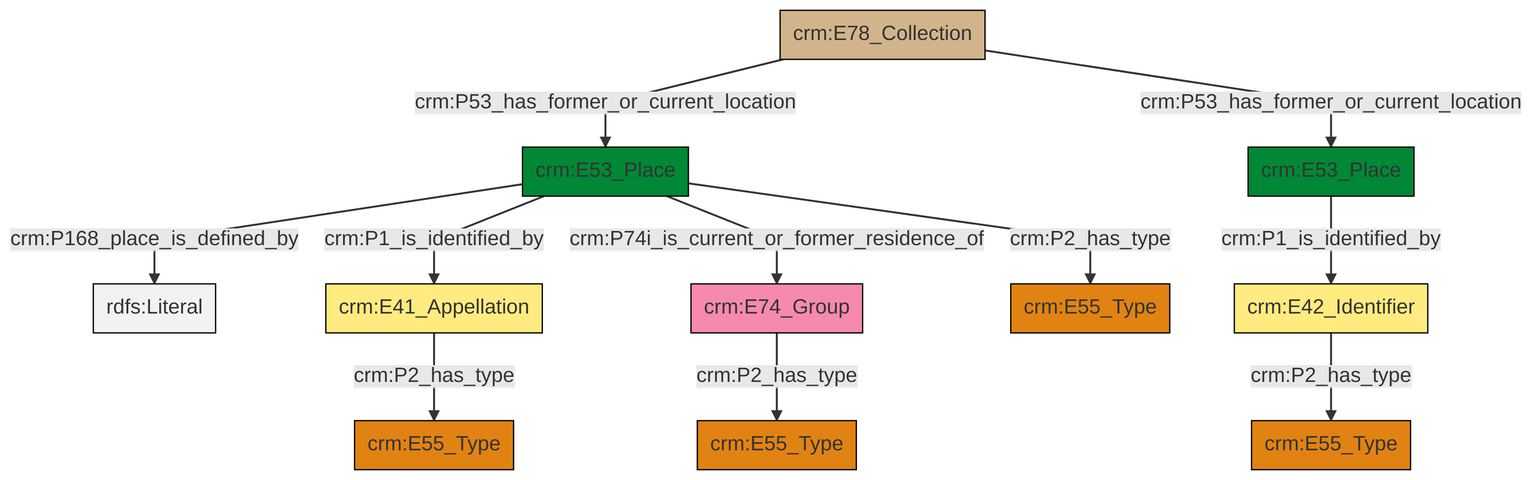
This is et/archivalCSV/ttl/mmd/png/archival_location.png from swiss-art-research-net/docs.swissartresearch, a Mermaid export, as it was before one commit. Its source is kept beside it as et/archivalCSV/ttl/mmd/archival_location.ttl.mmd.
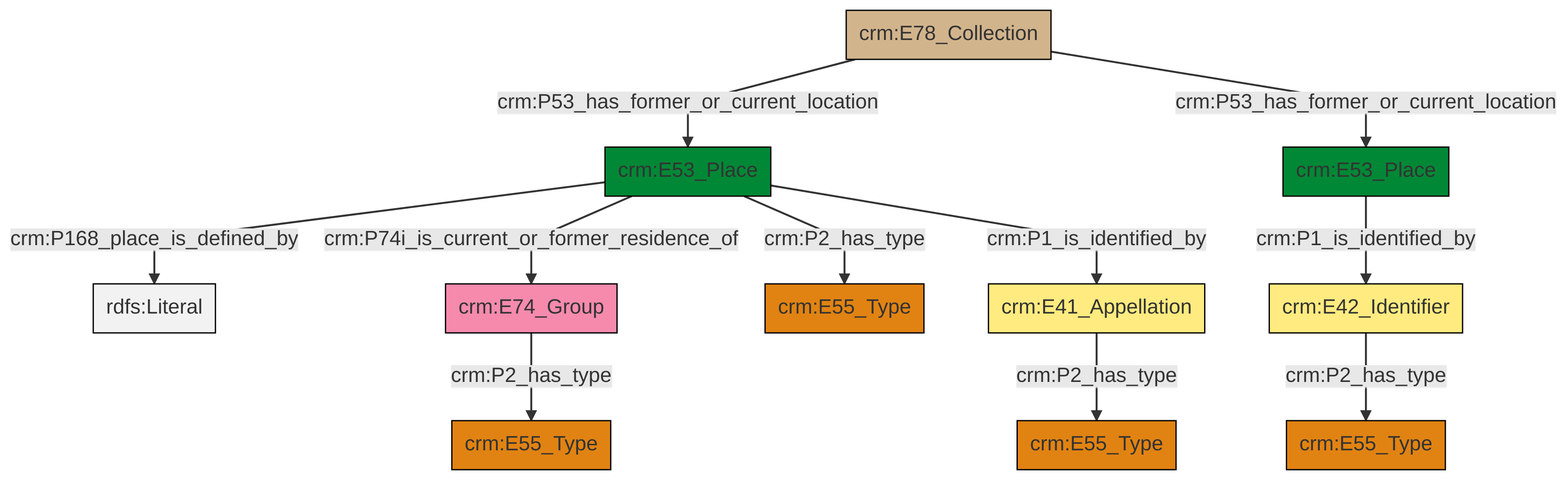
Above is the later version.

Change to the diagram source:
```diff
@@ -13,13 +13,13 @@
 classDef PC_Classes fill:#4ce600, stroke:#000000;
 classDef Multi fill:#cccccc,stroke:#000000;
 
-2["crm:E78_Collection"]:::Physical_Thing -->|crm:P53_has_former_or_current_location| 3["crm:E53_Place"]:::Place
-0["crm:E74_Group"]:::Actor -->|crm:P2_has_type| 6["crm:E55_Type"]:::Type
-15["crm:E42_Identifier"]:::Appellation -->|crm:P2_has_type| 9["crm:E55_Type"]:::Type
-3["crm:E53_Place"]:::Place -->|crm:P168_place_is_defined_by| 17[rdfs:Literal]:::Literal
-3["crm:E53_Place"]:::Place -->|crm:P1_is_identified_by| 7["crm:E41_Appellation"]:::Appellation
-20["crm:E53_Place"]:::Place -->|crm:P1_is_identified_by| 15["crm:E42_Identifier"]:::Appellation
-3["crm:E53_Place"]:::Place -->|crm:P74i_is_current_or_former_residence_of| 0["crm:E74_Group"]:::Actor
-7["crm:E41_Appellation"]:::Appellation -->|crm:P2_has_type| 13["crm:E55_Type"]:::Type
-3["crm:E53_Place"]:::Place -->|crm:P2_has_type| 21["crm:E55_Type"]:::Type
-2["crm:E78_Collection"]:::Physical_Thing -->|crm:P53_has_former_or_current_location| 20["crm:E53_Place"]:::Place
+2["crm:E41_Appellation"]:::Appellation -->|crm:P2_has_type| 4["crm:E55_Type"]:::Type
+9["crm:E74_Group"]:::Actor -->|crm:P2_has_type| 0["crm:E55_Type"]:::Type
+10["crm:E53_Place"]:::Place -->|crm:P1_is_identified_by| 11["crm:E42_Identifier"]:::Appellation
+11["crm:E42_Identifier"]:::Appellation -->|crm:P2_has_type| 7["crm:E55_Type"]:::Type
+17["crm:E53_Place"]:::Place -->|crm:P168_place_is_defined_by| 18[rdfs:Literal]:::Literal
+17["crm:E53_Place"]:::Place -->|crm:P74i_is_current_or_former_residence_of| 9["crm:E74_Group"]:::Actor
+17["crm:E53_Place"]:::Place -->|crm:P2_has_type| 15["crm:E55_Type"]:::Type
+12["crm:E78_Collection"]:::Physical_Thing -->|crm:P53_has_former_or_current_location| 17["crm:E53_Place"]:::Place
+17["crm:E53_Place"]:::Place -->|crm:P1_is_identified_by| 2["crm:E41_Appellation"]:::Appellation
+12["crm:E78_Collection"]:::Physical_Thing -->|crm:P53_has_former_or_current_location| 10["crm:E53_Place"]:::Place
```
